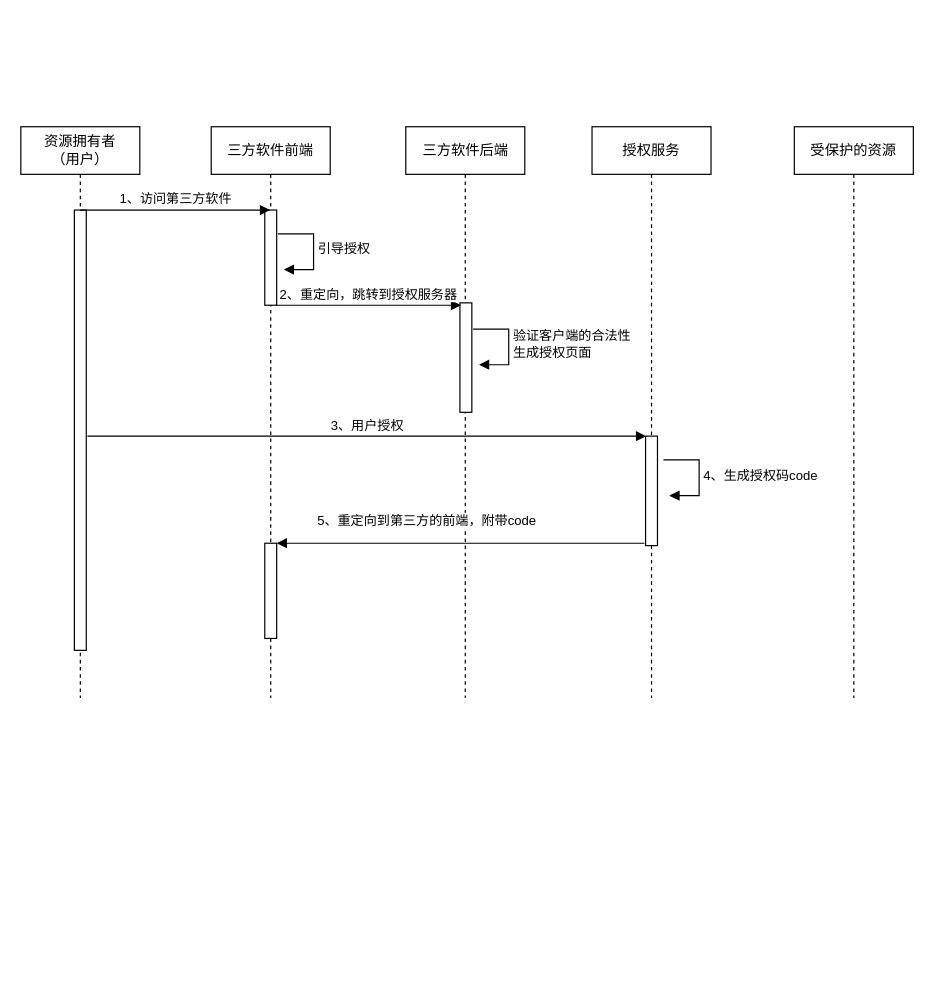
Before: oauth2.0.drawio in niuxiaocong/nyc-jvm, a draw.io diagram. Source tidied: cells renumbered, new cells numbered last; positions are measured from the earlier drawing's top-left corner, leaving out a move shared by most shapes. Both pictures are drawn from the tidied source at 119%, with x=0, y=0 at pixel (20, 126).
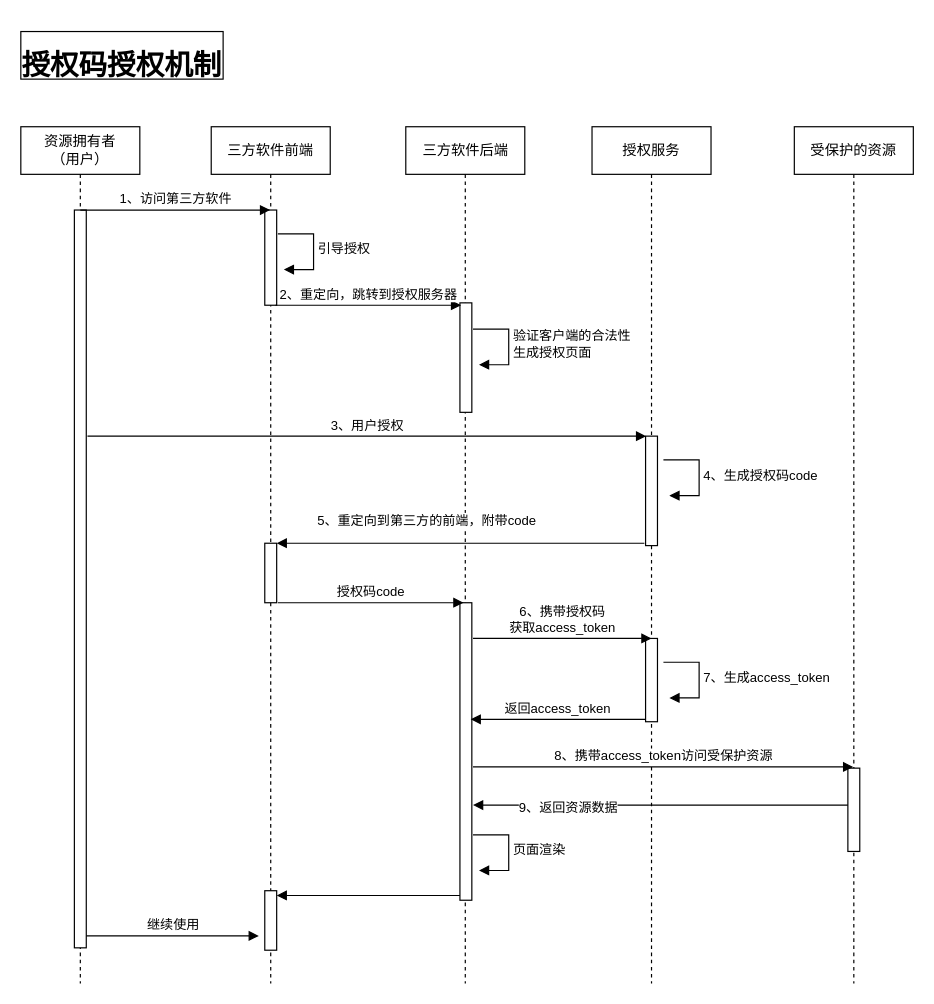
After the change.

Diff of the diagram source:
```diff
@@
     <mxCell id="2" value="资源拥有者&lt;br&gt;（用户）" style="shape=umlLifeline;perimeter=lifelinePerimeter;whiteSpace=wrap;html=1;newEdgeStyle={&quot;curved&quot;:0,&quot;rounded&quot;:0};" parent="1" vertex="1">
-      <mxGeometry width="100" height="480" as="geometry" />
+      <mxGeometry width="100" height="720" as="geometry" />
     </mxCell>
     <mxCell id="3" style="html=1;perimeter=orthogonalPerimeter;targetShapes=umlLifeline;newEdgeStyle={&quot;curved&quot;:0,&quot;rounded&quot;:0};" parent="2" vertex="1">
-      <mxGeometry x="45" y="70" width="10" height="370" as="geometry" />
+      <mxGeometry x="45" y="70" width="10" height="620" as="geometry" />
     </mxCell>
     <mxCell id="4" value="三方软件前端" style="shape=umlLifeline;perimeter=lifelinePerimeter;whiteSpace=wrap;html=1;outlineConnect=0;portConstraint=eastwest;newEdgeStyle={&quot;curved&quot;:0,&quot;rounded&quot;:0};" parent="1" vertex="1">
-      <mxGeometry x="160" width="100" height="480" as="geometry" />
+      <mxGeometry x="160" width="100" height="720" as="geometry" />
     </mxCell>
@@
+    <mxCell id="20" style="html=1;perimeter=orthogonalPerimeter;targetShapes=umlLifeline;newEdgeStyle={&quot;curved&quot;:0,&quot;rounded&quot;:0};" parent="4" vertex="1">
+      <mxGeometry x="45" y="642" width="10" height="50" as="geometry" />
+    </mxCell>
     <mxCell id="6" value="三方软件后端" style="shape=umlLifeline;perimeter=lifelinePerimeter;whiteSpace=wrap;html=1;newEdgeStyle={&quot;curved&quot;:0,&quot;rounded&quot;:0};" parent="1" vertex="1">
-      <mxGeometry x="323.5" width="100" height="480" as="geometry" />
+      <mxGeometry x="323.5" width="100" height="720" as="geometry" />
     </mxCell>
@@
+    <mxCell id="21" style="html=1;perimeter=orthogonalPerimeter;targetShapes=umlLifeline;newEdgeStyle={&quot;curved&quot;:0,&quot;rounded&quot;:0};" parent="6" vertex="1">
+      <mxGeometry x="45.5" y="400" width="10" height="250" as="geometry" />
+    </mxCell>
     <mxCell id="8" value="授权服务" style="shape=umlLifeline;perimeter=lifelinePerimeter;whiteSpace=wrap;html=1;newEdgeStyle={&quot;curved&quot;:0,&quot;rounded&quot;:0};" parent="1" vertex="1">
-      <mxGeometry x="480" width="100" height="480" as="geometry" />
+      <mxGeometry x="480" width="100" height="720" as="geometry" />
     </mxCell>
@@
+    <mxCell id="22" style="html=1;perimeter=orthogonalPerimeter;targetShapes=umlLifeline;newEdgeStyle={&quot;curved&quot;:0,&quot;rounded&quot;:0};" parent="8" vertex="1">
+      <mxGeometry x="45" y="430" width="10" height="70" as="geometry" />
+    </mxCell>
     <mxCell id="10" value="受保护的资源" style="shape=umlLifeline;perimeter=lifelinePerimeter;whiteSpace=wrap;html=1;outlineConnect=0;portConstraint=eastwest;newEdgeStyle={&quot;curved&quot;:0,&quot;rounded&quot;:0};" parent="1" vertex="1">
-      <mxGeometry x="650" width="100" height="480" as="geometry" />
+      <mxGeometry x="650" width="100" height="720" as="geometry" />
     </mxCell>
+    <mxCell id="23" style="html=1;perimeter=orthogonalPerimeter;targetShapes=umlLifeline;newEdgeStyle={&quot;curved&quot;:0,&quot;rounded&quot;:0};" parent="10" vertex="1">
+      <mxGeometry x="45" y="539" width="10" height="70" as="geometry" />
+    </mxCell>
@@
     <mxCell id="17" value="5、重定向到第三方的前端，附带code" style="html=1;verticalAlign=bottom;endArrow=block;curved=0;rounded=0;" parent="1" edge="1" source="19" target="4">
-      <mxGeometry y="140" relative="1" as="geometry">
-        <mxPoint x="131" y="-50" as="offset" />
+      <mxGeometry y="135" relative="1" as="geometry">
+        <mxPoint x="131" y="-35" as="offset" />
       </mxGeometry>
     </mxCell>
@@
     <mxCell id="19" style="html=1;points=[[0,0,0,0,5],[0,1,0,0,-5],[1,0,0,0,5],[1,1,0,0,-5]];perimeter=orthogonalPerimeter;outlineConnect=0;targetShapes=umlLifeline;portConstraint=eastwest;newEdgeStyle={&quot;curved&quot;:0,&quot;rounded&quot;:0};" parent="1" vertex="1">
-      <mxGeometry x="205" y="350" width="10" height="80" as="geometry" />
+      <mxGeometry x="205" y="350" width="10" height="50" as="geometry" />
     </mxCell>
+    <mxCell id="24" value="授权码code" style="html=1;verticalAlign=bottom;endArrow=block;curved=0;rounded=0;" parent="1" edge="1">
+      <mxGeometry relative="1" as="geometry">
+        <mxPoint x="216" y="400" as="sourcePoint" />
+        <mxPoint x="372" y="400" as="targetPoint" />
+      </mxGeometry>
+    </mxCell>
+    <mxCell id="25" value="6、携带授权码&lt;br&gt;获取access_token" style="html=1;verticalAlign=bottom;endArrow=block;curved=0;rounded=0;" parent="1" edge="1">
+      <mxGeometry relative="1" as="geometry">
+        <mxPoint x="380" y="430" as="sourcePoint" />
+        <mxPoint x="530" y="430" as="targetPoint" />
+      </mxGeometry>
+    </mxCell>
+    <mxCell id="26" value="7、生成access_token" style="html=1;align=left;spacingLeft=2;endArrow=block;rounded=0;edgeStyle=orthogonalEdgeStyle;curved=0;rounded=0;" parent="1" edge="1">
+      <mxGeometry relative="1" as="geometry">
+        <mxPoint x="540" y="450" as="sourcePoint" />
+        <mxPoint x="545" y="480" as="targetPoint" />
+        <Array as="points">
+          <mxPoint x="570" y="480" />
+        </Array>
+      </mxGeometry>
+    </mxCell>
+    <mxCell id="27" value="返回access_token" style="html=1;verticalAlign=bottom;endArrow=block;curved=0;rounded=0;" parent="1" edge="1">
+      <mxGeometry relative="1" as="geometry">
+        <mxPoint x="525" y="498" as="sourcePoint" />
+        <mxPoint x="378" y="498" as="targetPoint" />
+      </mxGeometry>
+    </mxCell>
+    <mxCell id="28" value="8、携带access_token访问受保护资源" style="html=1;verticalAlign=bottom;endArrow=block;curved=0;rounded=0;" parent="1" edge="1" target="10">
+      <mxGeometry relative="1" as="geometry">
+        <mxPoint x="380" y="538" as="sourcePoint" />
+      </mxGeometry>
+    </mxCell>
+    <mxCell id="29" style="html=1;verticalAlign=bottom;endArrow=block;curved=0;rounded=0;" parent="1" edge="1">
+      <mxGeometry relative="1" as="geometry">
+        <mxPoint x="695" y="570" as="sourcePoint" />
+        <mxPoint x="380" y="570" as="targetPoint" />
+      </mxGeometry>
+    </mxCell>
+    <mxCell id="30" value="9、返回资源数据" style="edgeLabel;html=1;align=center;verticalAlign=middle;" parent="29" vertex="1">
+      <mxGeometry x="0.5" y="1" relative="1" as="geometry" />
+    </mxCell>
+    <mxCell id="31" value="页面渲染" style="html=1;align=left;spacingLeft=2;endArrow=block;rounded=0;edgeStyle=orthogonalEdgeStyle;curved=0;rounded=0;" parent="1" edge="1">
+      <mxGeometry relative="1" as="geometry">
+        <mxPoint x="380" y="595" as="sourcePoint" />
+        <mxPoint x="385" y="625" as="targetPoint" />
+        <Array as="points">
+          <mxPoint x="410" y="625" />
+        </Array>
+      </mxGeometry>
+    </mxCell>
+    <mxCell id="32" style="html=1;verticalAlign=bottom;endArrow=block;curved=0;rounded=0;" parent="1" edge="1">
+      <mxGeometry relative="1" as="geometry">
+        <mxPoint x="369" y="646" as="sourcePoint" />
+        <mxPoint x="215" y="646" as="targetPoint" />
+      </mxGeometry>
+    </mxCell>
+    <mxCell id="33" value="继续使用" style="html=1;verticalAlign=bottom;endArrow=block;curved=0;rounded=0;" parent="1" edge="1">
+      <mxGeometry relative="1" as="geometry">
+        <mxPoint x="55" y="680" as="sourcePoint" />
+        <mxPoint x="200" y="680" as="targetPoint" />
+      </mxGeometry>
+    </mxCell>
+    <mxCell id="34" value="&lt;div class=&quot;lake-content&quot;&gt;&lt;h2 style=&quot;font-size: 24px; line-height: 32px; margin: 21px 0 5px 0&quot; id=&quot;qzPXE&quot;&gt;&lt;span class=&quot;ne-text&quot;&gt;授权码授权机制&lt;/span&gt;&lt;/h2&gt;&lt;/div&gt;" style="rounded=0;whiteSpace=wrap;html=1;" parent="1" vertex="1">
+      <mxGeometry y="-80" width="170" height="40" as="geometry" />
+    </mxCell>
```
